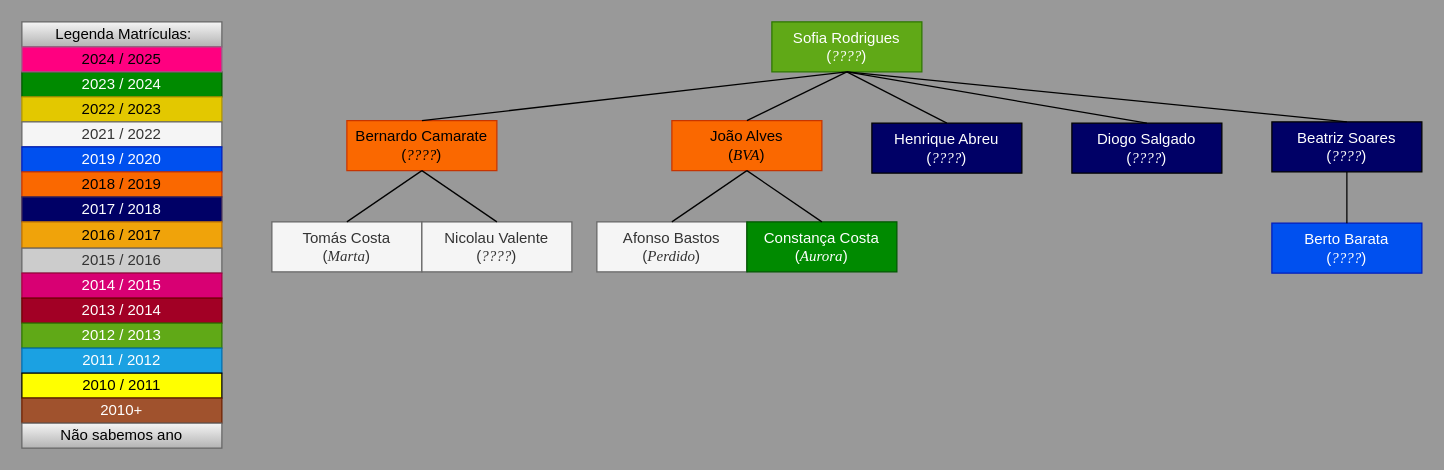
pdmtmr/PDMTMRTESTLOCATION-AKA-ARBUSTO keeps this draw.io diagram as Draw.io/Familia_da_Sofia_Rodrigues.drawio. Above is the earlier version. Source tidied: cells renumbered, new cells numbered last; positions are measured from the earlier drawing's top-left corner, leaving out a move shared by most shapes. Both pictures are drawn from the tidied source at 125%, with x=0, y=0 at pixel (21, 21).
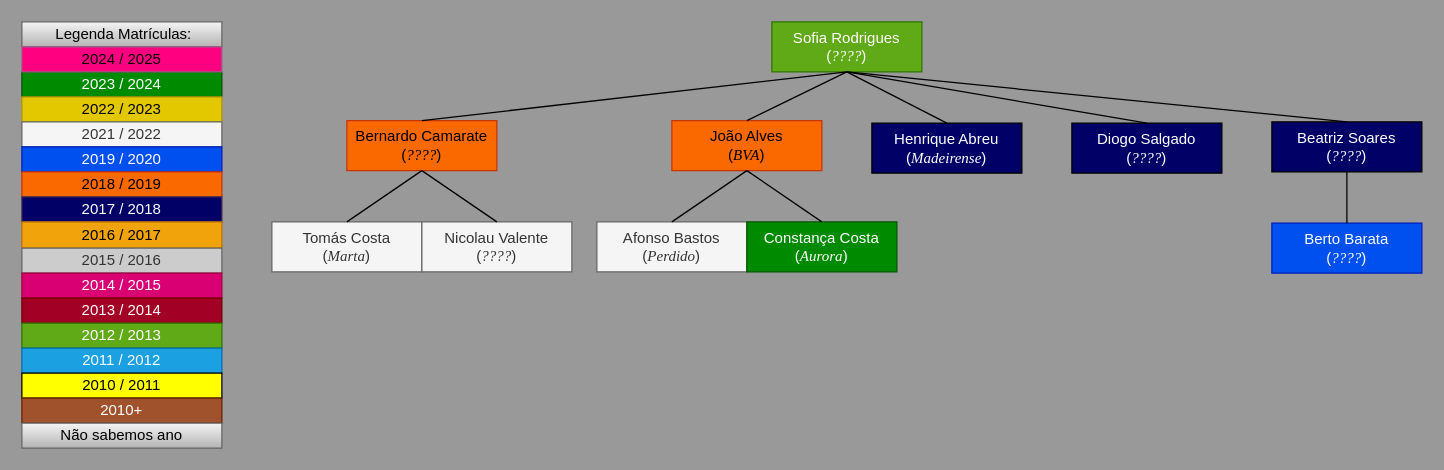
The same page after the edit.

What changed in the source:
```diff
@@
-    <mxCell id="10" value="&lt;div&gt;&lt;span style=&quot;background-color: initial;&quot;&gt;Henrique Abreu&lt;/span&gt;&lt;/div&gt;&lt;div&gt;&lt;span style=&quot;background-color: initial;&quot;&gt;(&lt;font face=&quot;Times New Roman&quot;&gt;&lt;i&gt;????&lt;/i&gt;&lt;/font&gt;&lt;/span&gt;&lt;span style=&quot;background-color: initial;&quot;&gt;)&lt;/span&gt;&lt;/div&gt;" style="rounded=0;whiteSpace=wrap;html=1;fillColor=#000066;fontColor=#FFFFFF;" parent="1" vertex="1">
+    <mxCell id="10" value="&lt;div&gt;&lt;span style=&quot;background-color: initial;&quot;&gt;Henrique Abreu&lt;/span&gt;&lt;/div&gt;&lt;div&gt;&lt;span style=&quot;background-color: initial;&quot;&gt;(&lt;font face=&quot;Times New Roman&quot;&gt;&lt;i&gt;Madeirense&lt;/i&gt;&lt;/font&gt;&lt;/span&gt;&lt;span style=&quot;background-color: initial;&quot;&gt;)&lt;/span&gt;&lt;/div&gt;" style="rounded=0;whiteSpace=wrap;html=1;fillColor=#000066;fontColor=#FFFFFF;" parent="1" vertex="1">
       <mxGeometry x="680" y="81" width="120" height="40" as="geometry" />
     </mxCell>
```
